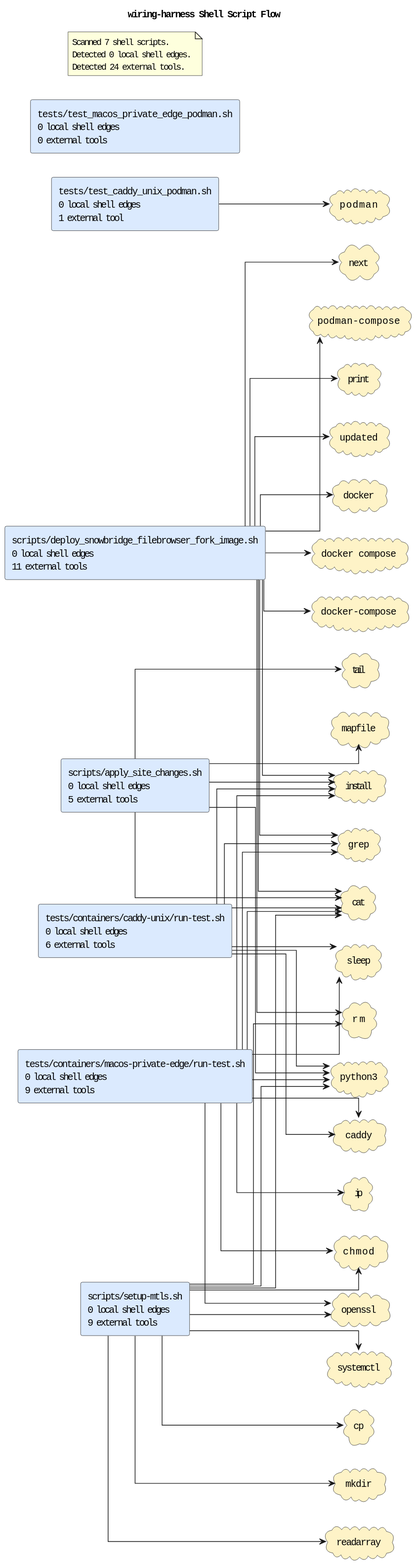
casonk/wiring-harness keeps this PlantUML diagram as docs/diagrams/shell-call-graph.puml.svg. Above is the earlier version.
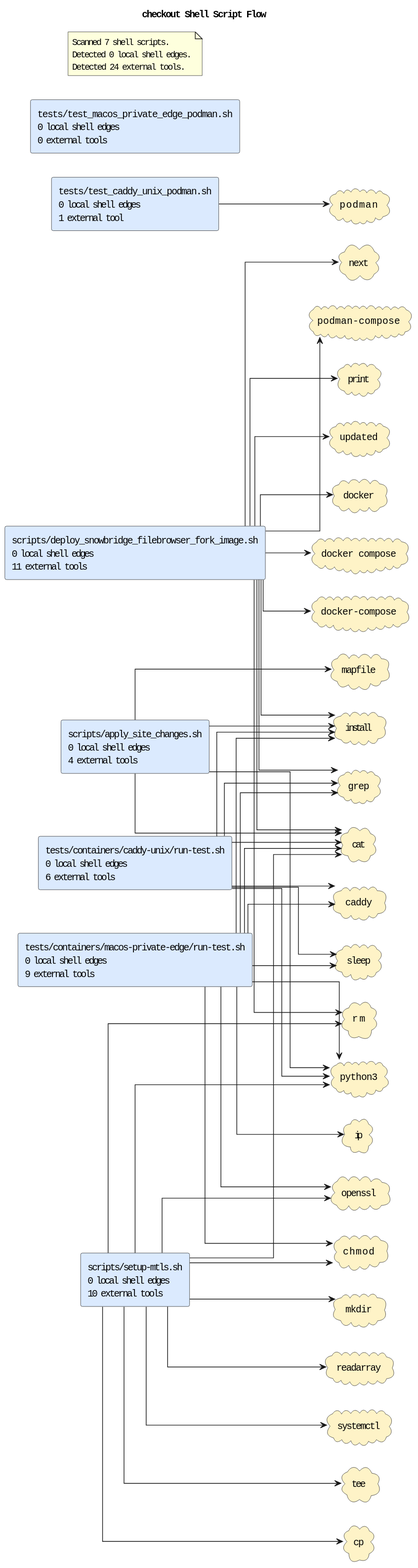
Above is the later version.

Change to the diagram source:
```diff
@@ -1,13 +1,13 @@
 @startuml
-title wiring-harness Shell Script Flow
+title checkout Shell Script Flow
 left to right direction
 skinparam shadowing false
 skinparam defaultFontName Monospace
 skinparam componentStyle rectangle
 skinparam linetype ortho
-rectangle "scripts/apply_site_changes.sh\n0 local shell edges\n5 external tools" as shell_scripts_apply_site_changes_sh #DBEAFE
+rectangle "scripts/apply_site_changes.sh\n0 local shell edges\n4 external tools" as shell_scripts_apply_site_changes_sh #DBEAFE
 rectangle "scripts/deploy_snowbridge_filebrowser_fork_image.sh\n0 local shell edges\n11 external tools" as shell_scripts_deploy_snowbridge_filebrowser_fork_image_sh #DBEAFE
-rectangle "scripts/setup-mtls.sh\n0 local shell edges\n9 external tools" as shell_scripts_setup_mtls_sh #DBEAFE
+rectangle "scripts/setup-mtls.sh\n0 local shell edges\n10 external tools" as shell_scripts_setup_mtls_sh #DBEAFE
 rectangle "tests/containers/caddy-unix/run-test.sh\n0 local shell edges\n6 external tools" as shell_tests_containers_caddy_unix_run_test_sh #DBEAFE
 rectangle "tests/containers/macos-private-edge/run-test.sh\n0 local shell edges\n9 external tools" as shell_tests_containers_macos_private_edge_run_test_sh #DBEAFE
 rectangle "tests/test_caddy_unix_podman.sh\n0 local shell edges\n1 external tool" as shell_tests_test_caddy_unix_podman_sh #DBEAFE
@@ -34,13 +34,12 @@
 cloud "rm" as tool_rm #FEF3C7
 cloud "sleep" as tool_sleep #FEF3C7
 cloud "systemctl" as tool_systemctl #FEF3C7
-cloud "tail" as tool_tail #FEF3C7
+cloud "tee" as tool_tee #FEF3C7
 cloud "updated" as tool_updated #FEF3C7
 shell_scripts_apply_site_changes_sh --> tool_cat
 shell_scripts_apply_site_changes_sh --> tool_install
 shell_scripts_apply_site_changes_sh --> tool_mapfile
 shell_scripts_apply_site_changes_sh --> tool_python3
-shell_scripts_apply_site_changes_sh --> tool_tail
 shell_scripts_deploy_snowbridge_filebrowser_fork_image_sh --> tool_cat
 shell_scripts_deploy_snowbridge_filebrowser_fork_image_sh --> tool_docker
 shell_scripts_deploy_snowbridge_filebrowser_fork_image_sh --> tool_docker_compose
@@ -61,6 +60,7 @@
 shell_scripts_setup_mtls_sh --> tool_readarray
 shell_scripts_setup_mtls_sh --> tool_rm
 shell_scripts_setup_mtls_sh --> tool_systemctl
+shell_scripts_setup_mtls_sh --> tool_tee
 shell_tests_containers_caddy_unix_run_test_sh --> tool_caddy
 shell_tests_containers_caddy_unix_run_test_sh --> tool_cat
 shell_tests_containers_caddy_unix_run_test_sh --> tool_grep
```
